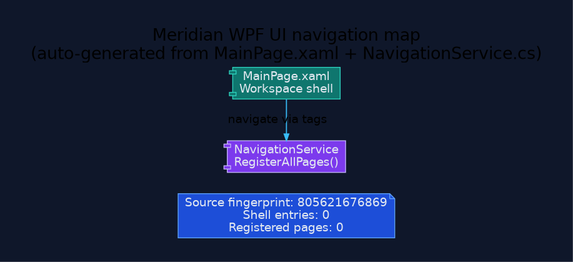
Before: docs/diagrams/ui-navigation-map.png, a diagram exported from Graphviz (rodoHasArrived/Meridian-main). Its source is kept beside it as docs/diagrams/ui-navigation-map.dot.
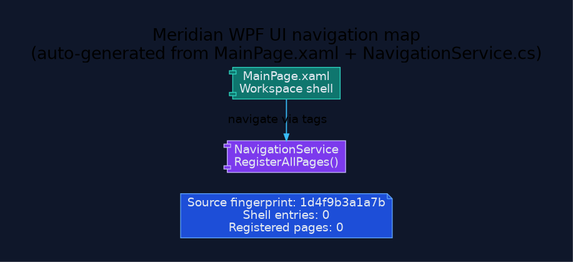
Later version of the same file.

Diff of the diagram source:
```diff
@@ -13,7 +13,7 @@
   node [fontname="Segoe UI", shape=box, style="rounded,filled", color="#475569", fontcolor="#e2e8f0", fillcolor="#1e293b"];
   edge [fontname="Segoe UI", color="#94a3b8", penwidth=1.3, arrowsize=0.8];
 
-  generated [shape=note, fillcolor="#1d4ed8", color="#60a5fa", label="Source fingerprint: 805621676869\nShell entries: 0\nRegistered pages: 0"];
+  generated [shape=note, fillcolor="#1d4ed8", color="#60a5fa", label="Source fingerprint: 1d4f9b3a1a7b\nShell entries: 0\nRegistered pages: 0"];
   shell [shape=component, fillcolor="#0f766e", color="#2dd4bf", label="MainPage.xaml\nWorkspace shell"];
   navigation [shape=component, fillcolor="#7c3aed", color="#c4b5fd", label="NavigationService\nRegisterAllPages()"];
   shell -> navigation [label="navigate via tags", color="#38bdf8"];
```
